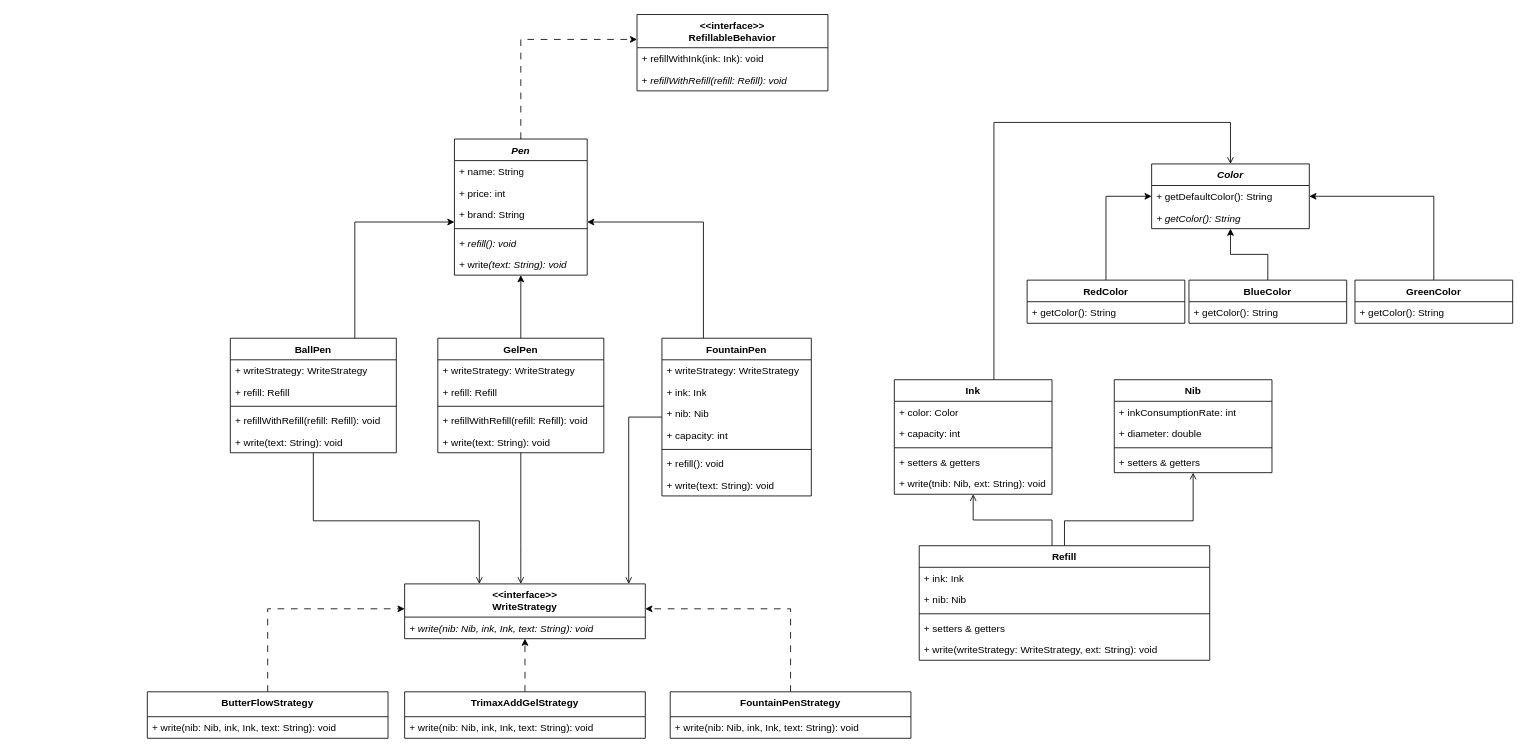
The draw.io diagram classDiagram.drawio in ARSHAD0141786/Design-A-Pen, before the edit. Source tidied: cells renumbered, new cells numbered last; positions are measured from the earlier drawing's top-left corner, leaving out a move shared by most shapes. Both pictures are drawn from the tidied source at 83%, with x=0, y=0 at pixel (147, 14).
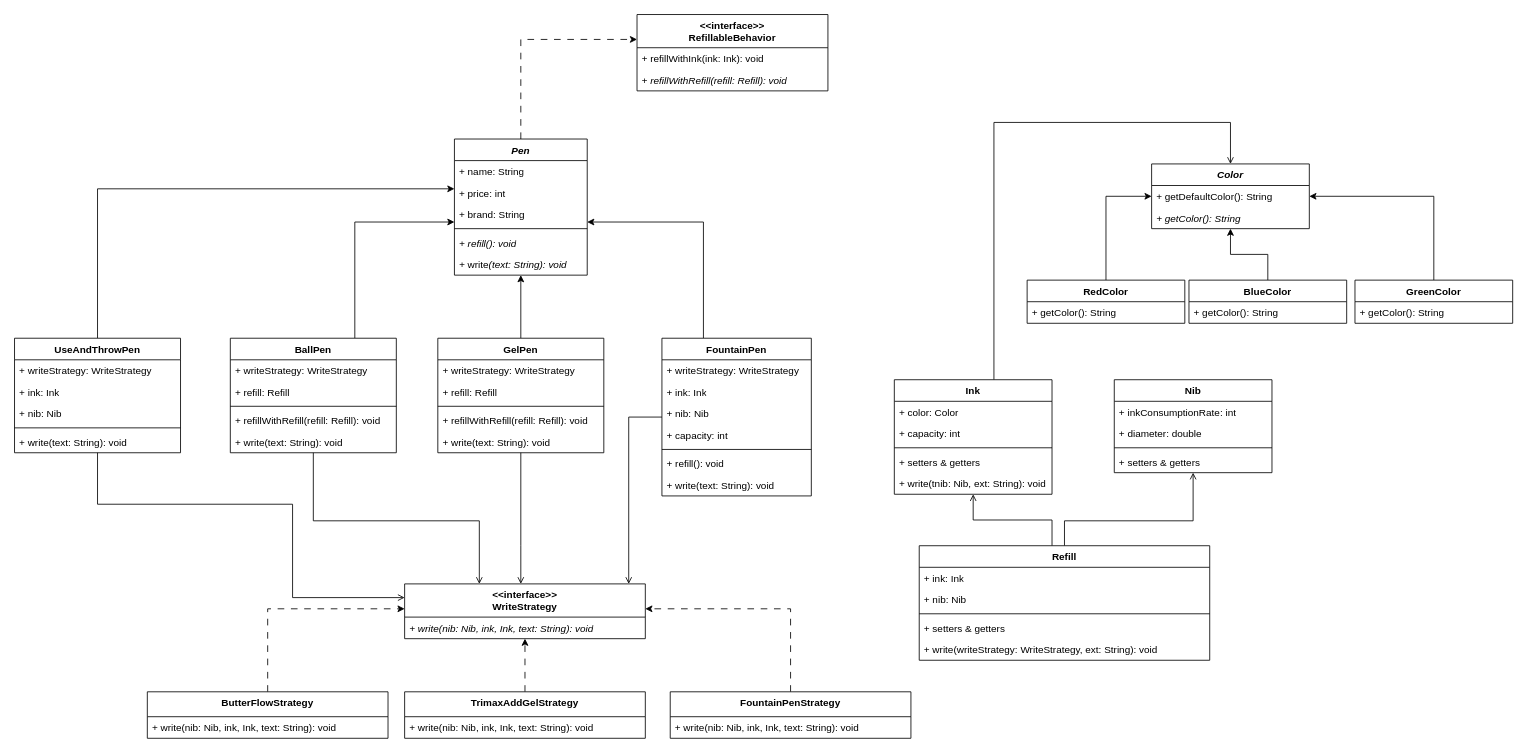
The same page after the edit.

Commit message (it also covers changes not shown here):
updated class diagram

Unchanged cells that the change refers to:
```xml
<mxCell id="3" value="&lt;i&gt;Pen&lt;/i&gt;" style="swimlane;fontStyle=1;align=center;verticalAlign=top;horizontal=1;startSize=26;whiteSpace=wrap;html=1;" parent="1" vertex="1">
  <mxGeometry x="370" y="150" width="160" height="164" as="geometry" />
</mxCell>
<mxCell id="36" value="&amp;lt;&amp;lt;interface&amp;gt;&amp;gt;&lt;br&gt;WriteStrategy" style="swimlane;fontStyle=1;align=center;verticalAlign=top;horizontal=1;startSize=40;whiteSpace=wrap;html=1;" parent="1" vertex="1">
  <mxGeometry x="310" y="686" width="290" height="66" as="geometry" />
</mxCell>
```

The edit, as a diff of the source:
```diff
@@
+    <mxCell id="82" style="edgeStyle=orthogonalEdgeStyle;rounded=0;jettySize=auto;html=1;" parent="1" edge="1" source="84" target="3">
+      <mxGeometry relative="1" as="geometry">
+        <Array as="points">
+          <mxPoint x="-60" y="210" />
+        </Array>
+      </mxGeometry>
+    </mxCell>
+    <mxCell id="83" style="edgeStyle=orthogonalEdgeStyle;rounded=0;jettySize=auto;html=1;entryX=0;entryY=0.25;entryDx=0;entryDy=0;endArrow=open;endFill=0;" parent="1" edge="1" source="84" target="36">
+      <mxGeometry relative="1" as="geometry">
+        <Array as="points">
+          <mxPoint x="-60" y="590" />
+          <mxPoint x="175" y="590" />
+          <mxPoint x="175" y="703" />
+        </Array>
+      </mxGeometry>
+    </mxCell>
+    <mxCell id="84" value="UseAndThrowPen" style="swimlane;fontStyle=1;align=center;verticalAlign=top;horizontal=1;startSize=26;whiteSpace=wrap;html=1;" parent="1" vertex="1">
+      <mxGeometry x="-160" y="390" width="200" height="138" as="geometry" />
+    </mxCell>
+    <mxCell id="85" value="+&amp;nbsp;writeStrategy&lt;span style=&quot;background-color: initial;&quot;&gt;:&amp;nbsp;&lt;/span&gt;WriteStrategy" style="text;strokeColor=none;fillColor=none;align=left;verticalAlign=top;spacingLeft=4;spacingRight=4;overflow=hidden;whiteSpace=wrap;html=1;" parent="84" vertex="1">
+      <mxGeometry y="26" width="200" height="26" as="geometry" />
+    </mxCell>
+    <mxCell id="86" value="+&amp;nbsp;ink&lt;span style=&quot;background-color: initial;&quot;&gt;:&amp;nbsp;&lt;/span&gt;Ink" style="text;strokeColor=none;fillColor=none;align=left;verticalAlign=top;spacingLeft=4;spacingRight=4;overflow=hidden;whiteSpace=wrap;html=1;" parent="84" vertex="1">
+      <mxGeometry y="52" width="200" height="26" as="geometry" />
+    </mxCell>
+    <mxCell id="87" value="+&amp;nbsp;nib&lt;span style=&quot;background-color: initial;&quot;&gt;: N&lt;/span&gt;ib" style="text;strokeColor=none;fillColor=none;align=left;verticalAlign=top;spacingLeft=4;spacingRight=4;overflow=hidden;whiteSpace=wrap;html=1;" parent="84" vertex="1">
+      <mxGeometry y="78" width="200" height="26" as="geometry" />
+    </mxCell>
+    <mxCell id="88" style="line;strokeWidth=1;fillColor=none;align=left;verticalAlign=middle;spacingTop=-1;spacingLeft=3;spacingRight=3;labelPosition=right;strokeColor=inherit;" parent="84" vertex="1">
+      <mxGeometry y="104" width="200" height="8" as="geometry" />
+    </mxCell>
+    <mxCell id="89" value="+&amp;nbsp;write&lt;span style=&quot;background-color: initial;&quot;&gt;(text: String): void&lt;/span&gt;" style="text;strokeColor=none;fillColor=none;align=left;verticalAlign=top;spacingLeft=4;spacingRight=4;overflow=hidden;whiteSpace=wrap;html=1;" parent="84" vertex="1">
+      <mxGeometry y="112" width="200" height="26" as="geometry" />
+    </mxCell>
```
